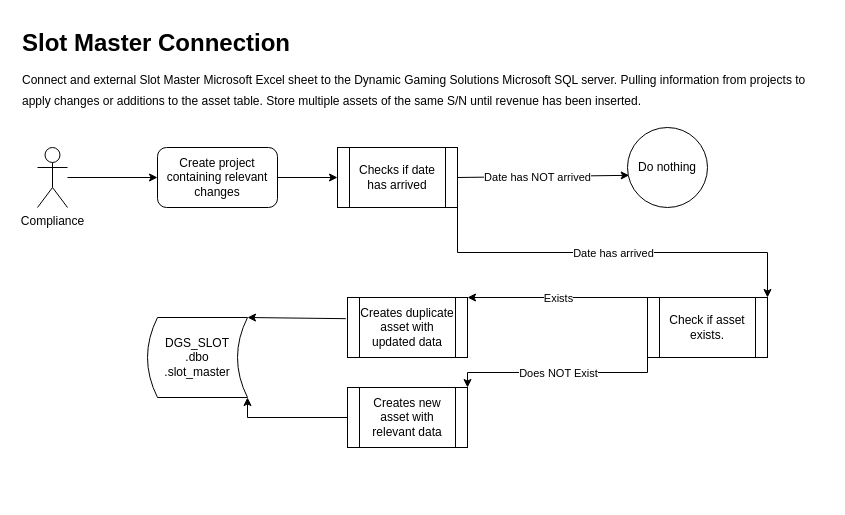
Before: Slot_Master.drawio in pcollins425/learning, a draw.io diagram. Source tidied: cells renumbered, new cells numbered last; positions are measured from the earlier drawing's top-left corner, leaving out a move shared by most shapes. Both pictures are drawn from the tidied source at 100%, with x=0, y=0 at pixel (17, 27).
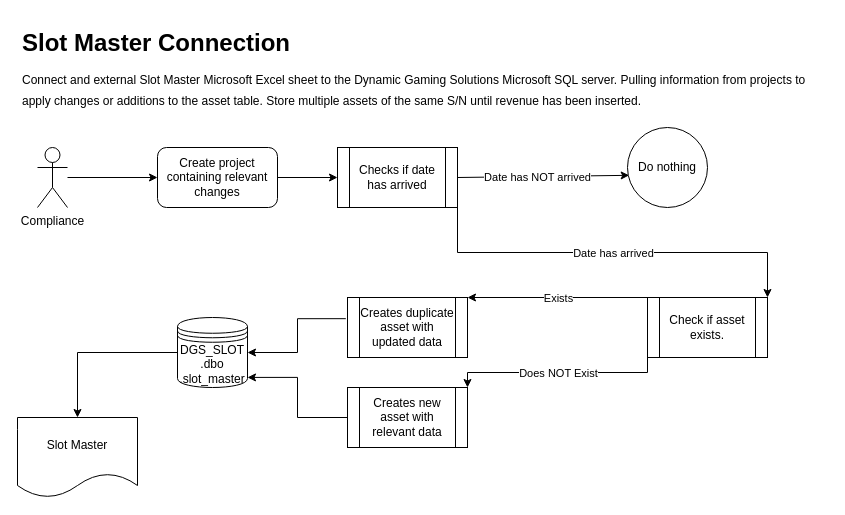
The same diagram, later.

Unchanged cells that the change refers to:
```xml
<mxCell id="10" value="Creates duplicate asset with updated data" style="shape=process;whiteSpace=wrap;html=1;backgroundOutline=1;" parent="1" vertex="1">
  <mxGeometry x="330" y="270" width="120" height="60" as="geometry" />
</mxCell>
<mxCell id="17" value="Creates new asset with relevant data" style="shape=process;whiteSpace=wrap;html=1;backgroundOutline=1;" parent="1" vertex="1">
  <mxGeometry x="330" y="360" width="120" height="60" as="geometry" />
</mxCell>
```

Diff of the diagram source:
```diff
@@
-    <mxCell id="20" value="DGS_SLOT&lt;br&gt;.dbo&lt;br&gt;.slot_master" style="shape=dataStorage;whiteSpace=wrap;html=1;fixedSize=1;size=10;" parent="1" vertex="1">
-      <mxGeometry x="130" y="290" width="100" height="80" as="geometry" />
-    </mxCell>
-    <mxCell id="21" style="endArrow=classic;html=1;rounded=0;entryX=1;entryY=0;entryDx=0;entryDy=0;exitX=-0.014;exitY=0.353;exitDx=0;exitDy=0;exitPerimeter=0;" parent="1" edge="1" source="10" target="20">
+    <mxCell id="21" style="endArrow=classic;html=1;rounded=0;exitX=-0.014;exitY=0.353;exitDx=0;exitDy=0;exitPerimeter=0;entryX=1;entryY=0.5;entryDx=0;entryDy=0;edgeStyle=orthogonalEdgeStyle;" parent="1" edge="1" source="10" target="20">
       <mxGeometry relative="1" as="geometry" />
     </mxCell>
-    <mxCell id="22" style="endArrow=classic;html=1;rounded=0;entryX=1;entryY=1;entryDx=0;entryDy=0;exitX=0;exitY=0.5;exitDx=0;exitDy=0;edgeStyle=orthogonalEdgeStyle;" parent="1" edge="1" source="17" target="20">
+    <mxCell id="22" style="endArrow=classic;html=1;rounded=0;entryX=1;entryY=0.856;entryDx=0;entryDy=0;exitX=0;exitY=0.5;exitDx=0;exitDy=0;edgeStyle=orthogonalEdgeStyle;entryPerimeter=0;" parent="1" edge="1" source="17" target="20">
       <mxGeometry relative="1" as="geometry" />
     </mxCell>
+    <mxCell id="23" value="Slot Master" style="shape=document;whiteSpace=wrap;html=1;boundedLbl=1;" parent="1" vertex="1">
+      <mxGeometry y="390" width="120" height="80" as="geometry" />
+    </mxCell>
+    <mxCell id="20" value="DGS_SLOT&lt;br&gt;.dbo&lt;br&gt;.slot_master" style="shape=datastore;whiteSpace=wrap;html=1;" parent="1" vertex="1">
+      <mxGeometry x="160" y="290" width="70" height="70" as="geometry" />
+    </mxCell>
+    <mxCell id="24" style="endArrow=classic;html=1;rounded=0;entryX=0.5;entryY=0;entryDx=0;entryDy=0;exitX=0;exitY=0.5;exitDx=0;exitDy=0;edgeStyle=orthogonalEdgeStyle;" parent="1" edge="1" source="20" target="23">
+      <mxGeometry relative="1" as="geometry" />
+    </mxCell>
```
